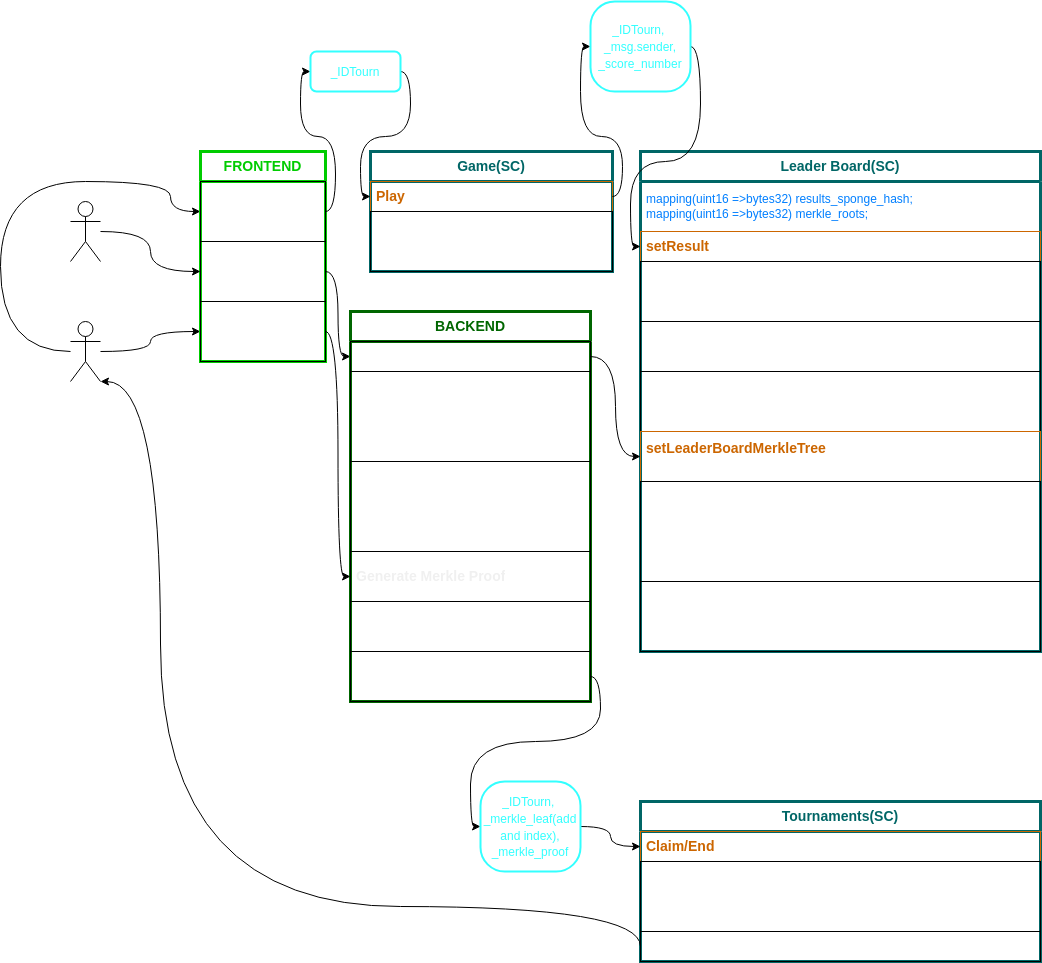
Above: GameFlowSchema.drawio.png in TFM-Torneos-Blockchain/scaffoldVersion (draw.io), before the change. Source tidied: cells renumbered, new cells last; positions are measured from the earlier drawing's top-left corner, leaving out a move shared by most shapes.
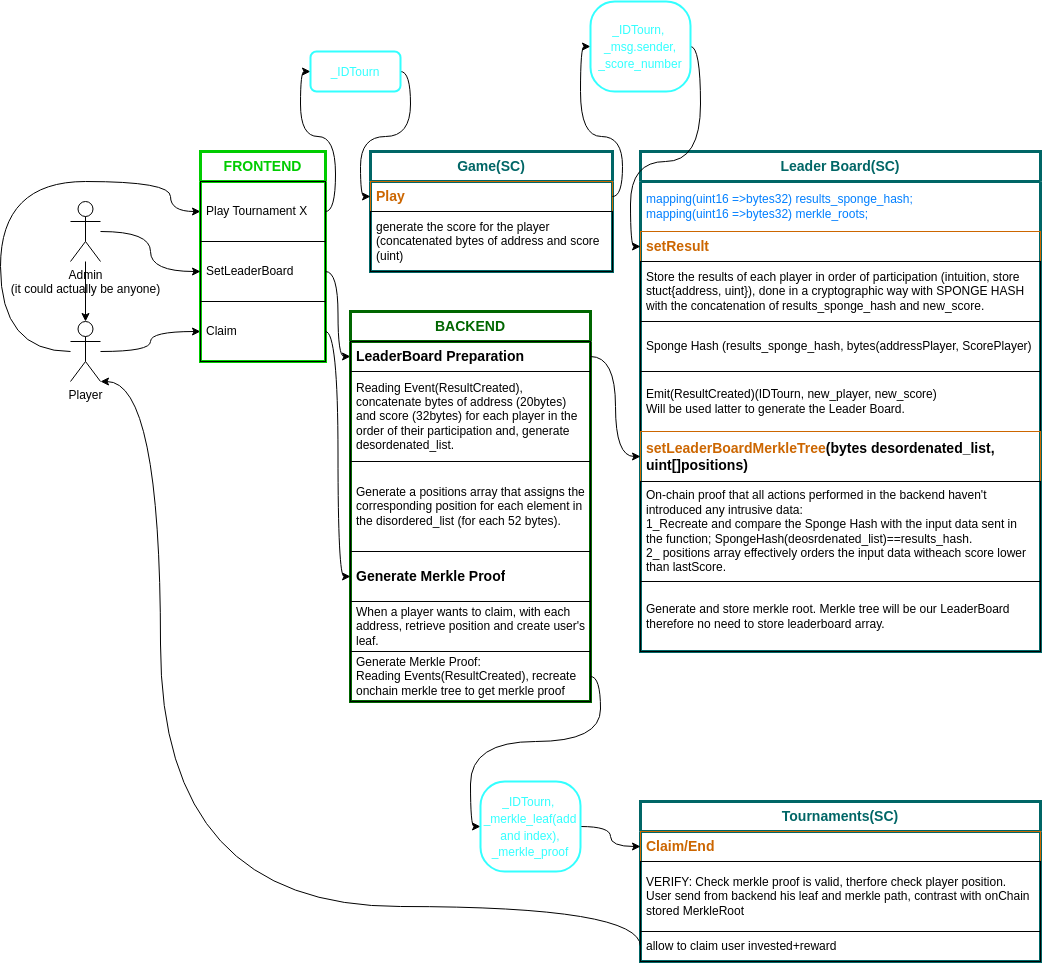
The same file after the commit.

Change to the diagram source:
```diff
@@ -17,3 +17,3 @@
     </mxCell>
-    <mxCell id="4" value="&lt;font color=&quot;#ffffff&quot;&gt;Player&lt;/font&gt;" style="shape=umlActor;verticalLabelPosition=bottom;verticalAlign=top;html=1;outlineConnect=0;" parent="1" vertex="1">
+    <mxCell id="4" value="&lt;font color=&quot;#000000&quot;&gt;Player&lt;/font&gt;" style="shape=umlActor;verticalLabelPosition=bottom;verticalAlign=top;html=1;outlineConnect=0;" parent="1" vertex="1">
       <mxGeometry x="70" y="320" width="30" height="60" as="geometry" />
@@ -23,9 +23,9 @@
     </mxCell>
-    <mxCell id="6" value="&lt;span style=&quot;text-align: center;&quot;&gt;&lt;font color=&quot;#ffffff&quot;&gt;Play Tournament X&lt;/font&gt;&lt;/span&gt;" style="text;strokeColor=default;fillColor=none;align=left;verticalAlign=middle;spacingLeft=4;spacingRight=4;overflow=hidden;points=[[0,0.5],[1,0.5]];portConstraint=eastwest;whiteSpace=wrap;html=1;" parent="5" vertex="1">
+    <mxCell id="6" value="&lt;span style=&quot;text-align: center;&quot;&gt;&lt;font&gt;Play Tournament X&lt;/font&gt;&lt;/span&gt;" style="text;strokeColor=default;fillColor=none;align=left;verticalAlign=middle;spacingLeft=4;spacingRight=4;overflow=hidden;points=[[0,0.5],[1,0.5]];portConstraint=eastwest;whiteSpace=wrap;html=1;fontColor=#000000;" parent="5" vertex="1">
       <mxGeometry y="30" width="125" height="60" as="geometry" />
     </mxCell>
-    <mxCell id="7" value="&lt;font color=&quot;#ffffff&quot;&gt;SetLeaderBoard&lt;/font&gt;" style="text;strokeColor=default;fillColor=none;align=left;verticalAlign=middle;spacingLeft=4;spacingRight=4;overflow=hidden;points=[[0,0.5],[1,0.5]];portConstraint=eastwest;whiteSpace=wrap;html=1;" parent="5" vertex="1">
+    <mxCell id="7" value="&lt;font&gt;SetLeaderBoard&lt;/font&gt;" style="text;strokeColor=default;fillColor=none;align=left;verticalAlign=middle;spacingLeft=4;spacingRight=4;overflow=hidden;points=[[0,0.5],[1,0.5]];portConstraint=eastwest;whiteSpace=wrap;html=1;fontColor=#000000;" parent="5" vertex="1">
       <mxGeometry y="90" width="125" height="60" as="geometry" />
     </mxCell>
-    <mxCell id="8" value="&lt;font color=&quot;#ffffff&quot;&gt;Claim&lt;/font&gt;" style="text;strokeColor=default;fillColor=none;align=left;verticalAlign=middle;spacingLeft=4;spacingRight=4;overflow=hidden;points=[[0,0.5],[1,0.5]];portConstraint=eastwest;whiteSpace=wrap;html=1;" parent="5" vertex="1">
+    <mxCell id="8" value="&lt;font&gt;Claim&lt;/font&gt;" style="text;strokeColor=default;fillColor=none;align=left;verticalAlign=middle;spacingLeft=4;spacingRight=4;overflow=hidden;points=[[0,0.5],[1,0.5]];portConstraint=eastwest;whiteSpace=wrap;html=1;fontColor=#000000;" parent="5" vertex="1">
       <mxGeometry y="150" width="125" height="60" as="geometry" />
@@ -38,3 +38,3 @@
     </mxCell>
-    <mxCell id="11" value="&lt;font color=&quot;#ffffff&quot;&gt;generate the score for the player (concatenated bytes of address and score (uint)&lt;/font&gt;" style="text;strokeColor=default;fillColor=none;align=left;verticalAlign=middle;spacingLeft=4;spacingRight=4;overflow=hidden;whiteSpace=wrap;html=1;" parent="9" vertex="1">
+    <mxCell id="11" value="&lt;font&gt;generate the score for the player (concatenated bytes of address and score (uint)&lt;/font&gt;" style="text;strokeColor=default;fillColor=none;align=left;verticalAlign=middle;spacingLeft=4;spacingRight=4;overflow=hidden;whiteSpace=wrap;html=1;fontColor=#000000;" parent="9" vertex="1">
       <mxGeometry y="60" width="242" height="60" as="geometry" />
@@ -56,18 +56,18 @@
     </mxCell>
-    <mxCell id="17" value="&lt;font color=&quot;#ffffff&quot;&gt;Store the results of each player in order of participation (intuition, store stuct{address, uint}), done in a cryptographic way with SPONGE HASH with the concatenation of results_sponge_hash and new_score.&lt;/font&gt;" style="text;strokeColor=default;fillColor=none;align=left;verticalAlign=middle;spacingLeft=4;spacingRight=4;overflow=hidden;whiteSpace=wrap;html=1;strokeWidth=1;" parent="14" vertex="1">
+    <mxCell id="17" value="&lt;font&gt;Store the results of each player in order of participation (intuition, store stuct{address, uint}), done in a cryptographic way with SPONGE HASH with the concatenation of results_sponge_hash and new_score.&lt;/font&gt;" style="text;strokeColor=default;fillColor=none;align=left;verticalAlign=middle;spacingLeft=4;spacingRight=4;overflow=hidden;whiteSpace=wrap;html=1;strokeWidth=1;fontColor=#000000;" parent="14" vertex="1">
       <mxGeometry y="110" width="400" height="60" as="geometry" />
     </mxCell>
-    <mxCell id="18" value="&lt;font color=&quot;#ffffff&quot;&gt;Sponge Hash (results_sponge_hash, bytes(addressPlayer, ScorePlayer)&lt;/font&gt;" style="text;strokeColor=default;fillColor=none;align=left;verticalAlign=middle;spacingLeft=4;spacingRight=4;overflow=hidden;whiteSpace=wrap;html=1;" parent="14" vertex="1">
+    <mxCell id="18" value="&lt;font&gt;Sponge Hash (results_sponge_hash, bytes(addressPlayer, ScorePlayer)&lt;/font&gt;" style="text;strokeColor=default;fillColor=none;align=left;verticalAlign=middle;spacingLeft=4;spacingRight=4;overflow=hidden;whiteSpace=wrap;html=1;fontColor=#000000;" parent="14" vertex="1">
       <mxGeometry y="170" width="400" height="50" as="geometry" />
     </mxCell>
-    <mxCell id="19" value="&lt;font color=&quot;#ffffff&quot;&gt;Emit(ResultCreated)(IDTourn, new_player, new_score)&lt;br&gt;Will be used latter to generate the Leader Board.&lt;br&gt;&lt;/font&gt;" style="text;strokeColor=default;fillColor=none;align=left;verticalAlign=middle;spacingLeft=4;spacingRight=4;overflow=hidden;whiteSpace=wrap;html=1;" parent="14" vertex="1">
+    <mxCell id="19" value="&lt;font&gt;Emit(ResultCreated)(IDTourn, new_player, new_score)&lt;br&gt;Will be used latter to generate the Leader Board.&lt;br&gt;&lt;/font&gt;" style="text;strokeColor=default;fillColor=none;align=left;verticalAlign=middle;spacingLeft=4;spacingRight=4;overflow=hidden;whiteSpace=wrap;html=1;fontColor=#000000;" parent="14" vertex="1">
       <mxGeometry y="220" width="400" height="60" as="geometry" />
     </mxCell>
-    <mxCell id="20" value="&lt;b&gt;&lt;font style=&quot;font-size: 14px;&quot;&gt;&lt;font color=&quot;#cc6600&quot;&gt;setLeaderBoardMerkleTree&lt;/font&gt;&lt;font color=&quot;#ffffff&quot;&gt;(bytes desordenated_list, uint[]positions)&lt;/font&gt;&lt;/font&gt;&lt;/b&gt;" style="text;strokeColor=#CC6600;fillColor=none;align=left;verticalAlign=middle;spacingLeft=4;spacingRight=4;overflow=hidden;points=[[0,0.5],[1,0.5]];portConstraint=eastwest;whiteSpace=wrap;html=1;strokeWidth=1;" parent="14" vertex="1">
+    <mxCell id="20" value="&lt;b&gt;&lt;font style=&quot;font-size: 14px;&quot;&gt;&lt;font color=&quot;#cc6600&quot;&gt;setLeaderBoardMerkleTree&lt;/font&gt;&lt;font color=&quot;#000000&quot;&gt;(bytes desordenated_list, uint[]positions)&lt;/font&gt;&lt;/font&gt;&lt;/b&gt;" style="text;strokeColor=#CC6600;fillColor=none;align=left;verticalAlign=middle;spacingLeft=4;spacingRight=4;overflow=hidden;points=[[0,0.5],[1,0.5]];portConstraint=eastwest;whiteSpace=wrap;html=1;strokeWidth=1;" parent="14" vertex="1">
       <mxGeometry y="280" width="400" height="50" as="geometry" />
     </mxCell>
-    <mxCell id="21" value="&lt;font color=&quot;#ffffff&quot;&gt;On-chain proof that all actions performed in the backend haven't introduced any intrusive data:&lt;br&gt;1_Recreate and compare the Sponge Hash with the input data sent in the function; SpongeHash(deosrdenated_list)==results_hash.&lt;br&gt;2_ positions array effectively orders the input data witheach score lower than lastScore.&lt;br&gt;&lt;/font&gt;" style="text;strokeColor=default;fillColor=none;align=left;verticalAlign=middle;spacingLeft=4;spacingRight=4;overflow=hidden;whiteSpace=wrap;html=1;strokeWidth=1;" parent="14" vertex="1">
+    <mxCell id="21" value="&lt;font&gt;On-chain proof that all actions performed in the backend haven't introduced any intrusive data:&lt;br&gt;1_Recreate and compare the Sponge Hash with the input data sent in the function; SpongeHash(deosrdenated_list)==results_hash.&lt;br&gt;2_ positions array effectively orders the input data witheach score lower than lastScore.&lt;br&gt;&lt;/font&gt;" style="text;strokeColor=default;fillColor=none;align=left;verticalAlign=middle;spacingLeft=4;spacingRight=4;overflow=hidden;whiteSpace=wrap;html=1;strokeWidth=1;fontColor=#000000;" parent="14" vertex="1">
       <mxGeometry y="330" width="400" height="100" as="geometry" />
     </mxCell>
-    <mxCell id="22" value="&lt;span style=&quot;color: rgb(255, 255, 255);&quot;&gt;Generate and store merkle root. Merkle tree will be our LeaderBoard therefore no need to store leaderboard array.&lt;/span&gt;" style="text;strokeColor=default;fillColor=none;align=left;verticalAlign=middle;spacingLeft=4;spacingRight=4;overflow=hidden;whiteSpace=wrap;html=1;strokeWidth=1;" parent="14" vertex="1">
+    <mxCell id="22" value="&lt;span style=&quot;&quot;&gt;Generate and store merkle root. Merkle tree will be our LeaderBoard therefore no need to store leaderboard array.&lt;/span&gt;" style="text;strokeColor=default;fillColor=none;align=left;verticalAlign=middle;spacingLeft=4;spacingRight=4;overflow=hidden;whiteSpace=wrap;html=1;strokeWidth=1;fontColor=#000000;" parent="14" vertex="1">
       <mxGeometry y="430" width="400" height="70" as="geometry" />
@@ -89,3 +89,6 @@
     </mxCell>
+    <mxCell id="47" style="edgeStyle=none;html=1;fontColor=#000000;" parent="1" edge="1" source="28" target="4">
+      <mxGeometry relative="1" as="geometry" />
+    </mxCell>
-    <mxCell id="28" value="Admin&lt;br&gt;(it could actually be anyone)" style="shape=umlActor;verticalLabelPosition=bottom;verticalAlign=top;html=1;outlineConnect=0;strokeColor=default;strokeWidth=1;fontSize=12;fontColor=#FFFFFF;" parent="1" vertex="1">
+    <mxCell id="28" value="&lt;font color=&quot;#000000&quot;&gt;Admin&lt;br&gt;(it could actually be anyone)&lt;/font&gt;" style="shape=umlActor;verticalLabelPosition=bottom;verticalAlign=top;html=1;outlineConnect=0;strokeColor=default;strokeWidth=1;fontSize=12;fontColor=#FFFFFF;" parent="1" vertex="1">
       <mxGeometry x="70" y="200" width="30" height="60" as="geometry" />
@@ -98,18 +101,18 @@
     </mxCell>
-    <mxCell id="31" value="&lt;span style=&quot;text-align: center;&quot;&gt;&lt;b&gt;&lt;font color=&quot;#ffffff&quot; style=&quot;font-size: 14px;&quot;&gt;LeaderBoard Preparation&lt;/font&gt;&lt;/b&gt;&lt;/span&gt;" style="text;strokeColor=default;fillColor=none;align=left;verticalAlign=middle;spacingLeft=4;spacingRight=4;overflow=hidden;points=[[0,0.5],[1,0.5]];portConstraint=eastwest;whiteSpace=wrap;html=1;strokeWidth=1;" parent="30" vertex="1">
+    <mxCell id="31" value="&lt;span style=&quot;text-align: center;&quot;&gt;&lt;b&gt;&lt;font style=&quot;font-size: 14px;&quot;&gt;LeaderBoard Preparation&lt;/font&gt;&lt;/b&gt;&lt;/span&gt;" style="text;strokeColor=default;fillColor=none;align=left;verticalAlign=middle;spacingLeft=4;spacingRight=4;overflow=hidden;points=[[0,0.5],[1,0.5]];portConstraint=eastwest;whiteSpace=wrap;html=1;strokeWidth=1;fontColor=#000000;" parent="30" vertex="1">
       <mxGeometry y="30" width="240" height="30" as="geometry" />
     </mxCell>
-    <mxCell id="32" value="&lt;font color=&quot;#ffffff&quot;&gt;Reading Event(ResultCreated), concatenate bytes of address (20bytes) and score (32bytes) for each player in the order of their participation and, generate desordenated_list.&lt;/font&gt;" style="text;strokeColor=default;fillColor=none;align=left;verticalAlign=middle;spacingLeft=4;spacingRight=4;overflow=hidden;whiteSpace=wrap;html=1;" parent="30" vertex="1">
+    <mxCell id="32" value="&lt;font&gt;Reading Event(ResultCreated), concatenate bytes of address (20bytes) and score (32bytes) for each player in the order of their participation and, generate desordenated_list.&lt;/font&gt;" style="text;strokeColor=default;fillColor=none;align=left;verticalAlign=middle;spacingLeft=4;spacingRight=4;overflow=hidden;whiteSpace=wrap;html=1;fontColor=#000000;" parent="30" vertex="1">
       <mxGeometry y="60" width="240" height="90" as="geometry" />
     </mxCell>
-    <mxCell id="33" value="&lt;font color=&quot;#ffffff&quot;&gt;Generate a positions array that assigns the corresponding position for each element in the disordered_list (for each 52 bytes).&amp;nbsp;&lt;/font&gt;" style="text;strokeColor=default;fillColor=none;align=left;verticalAlign=middle;spacingLeft=4;spacingRight=4;overflow=hidden;whiteSpace=wrap;html=1;" parent="30" vertex="1">
+    <mxCell id="33" value="&lt;font&gt;Generate a positions array that assigns the corresponding position for each element in the disordered_list (for each 52 bytes).&amp;nbsp;&lt;/font&gt;" style="text;strokeColor=default;fillColor=none;align=left;verticalAlign=middle;spacingLeft=4;spacingRight=4;overflow=hidden;whiteSpace=wrap;html=1;fontColor=#000000;" parent="30" vertex="1">
       <mxGeometry y="150" width="240" height="90" as="geometry" />
     </mxCell>
-    <mxCell id="34" value="&lt;span style=&quot;color: rgb(240, 240, 240); font-family: Helvetica; font-style: normal; font-variant-ligatures: normal; font-variant-caps: normal; letter-spacing: normal; orphans: 2; text-align: center; text-indent: 0px; text-transform: none; widows: 2; word-spacing: 0px; -webkit-text-stroke-width: 0px; text-decoration-thickness: initial; text-decoration-style: initial; text-decoration-color: initial; float: none; display: inline !important;&quot;&gt;&lt;b style=&quot;&quot;&gt;&lt;font style=&quot;font-size: 14px;&quot;&gt;Generate Merkle Proof&lt;/font&gt;&lt;/b&gt;&lt;/span&gt;" style="text;strokeColor=default;fillColor=none;align=left;verticalAlign=middle;spacingLeft=4;spacingRight=4;overflow=hidden;points=[[0,0.5],[1,0.5]];portConstraint=eastwest;whiteSpace=wrap;html=1;strokeWidth=1;" parent="30" vertex="1">
+    <mxCell id="34" value="&lt;span style=&quot;font-family: Helvetica; font-style: normal; font-variant-ligatures: normal; font-variant-caps: normal; letter-spacing: normal; orphans: 2; text-align: center; text-indent: 0px; text-transform: none; widows: 2; word-spacing: 0px; -webkit-text-stroke-width: 0px; text-decoration-thickness: initial; text-decoration-style: initial; text-decoration-color: initial; float: none; display: inline !important;&quot;&gt;&lt;b style=&quot;&quot;&gt;&lt;font style=&quot;font-size: 14px;&quot;&gt;Generate Merkle Proof&lt;/font&gt;&lt;/b&gt;&lt;/span&gt;" style="text;strokeColor=default;fillColor=none;align=left;verticalAlign=middle;spacingLeft=4;spacingRight=4;overflow=hidden;points=[[0,0.5],[1,0.5]];portConstraint=eastwest;whiteSpace=wrap;html=1;strokeWidth=1;fontColor=#000000;" parent="30" vertex="1">
       <mxGeometry y="240" width="240" height="50" as="geometry" />
     </mxCell>
-    <mxCell id="35" value="&lt;font color=&quot;#ffffff&quot;&gt;When a player wants to claim, with each address, retrieve position and create user's leaf.&lt;/font&gt;" style="text;strokeColor=default;fillColor=none;align=left;verticalAlign=middle;spacingLeft=4;spacingRight=4;overflow=hidden;whiteSpace=wrap;html=1;strokeWidth=1;" parent="30" vertex="1">
+    <mxCell id="35" value="&lt;font&gt;When a player wants to claim, with each address, retrieve position and create user's leaf.&lt;/font&gt;" style="text;strokeColor=default;fillColor=none;align=left;verticalAlign=middle;spacingLeft=4;spacingRight=4;overflow=hidden;whiteSpace=wrap;html=1;strokeWidth=1;fontColor=#000000;" parent="30" vertex="1">
       <mxGeometry y="290" width="240" height="50" as="geometry" />
     </mxCell>
-    <mxCell id="36" value="&lt;font color=&quot;#ffffff&quot;&gt;Generate Merkle Proof: &lt;br&gt;Reading Events(ResultCreated), recreate onchain merkle tree to get merkle proof&lt;/font&gt;" style="text;strokeColor=default;fillColor=none;align=left;verticalAlign=middle;spacingLeft=4;spacingRight=4;overflow=hidden;points=[[0,0.5],[1,0.5]];portConstraint=eastwest;whiteSpace=wrap;html=1;strokeWidth=1;" parent="30" vertex="1">
+    <mxCell id="36" value="&lt;font&gt;Generate Merkle Proof: &lt;br&gt;Reading Events(ResultCreated), recreate onchain merkle tree to get merkle proof&lt;/font&gt;" style="text;strokeColor=default;fillColor=none;align=left;verticalAlign=middle;spacingLeft=4;spacingRight=4;overflow=hidden;points=[[0,0.5],[1,0.5]];portConstraint=eastwest;whiteSpace=wrap;html=1;strokeWidth=1;fontColor=#000000;" parent="30" vertex="1">
       <mxGeometry y="340" width="240" height="50" as="geometry" />
@@ -128,6 +131,6 @@
     </mxCell>
-    <mxCell id="41" value="&lt;font color=&quot;#ffffff&quot;&gt;VERIFY: Check merkle proof is valid, therfore check player position.&lt;br&gt;User send from backend his leaf and merkle path, contrast with onChain stored MerkleRoot&lt;br&gt;&lt;/font&gt;" style="text;strokeColor=default;fillColor=none;align=left;verticalAlign=middle;spacingLeft=4;spacingRight=4;overflow=hidden;whiteSpace=wrap;html=1;" parent="39" vertex="1">
+    <mxCell id="41" value="&lt;font&gt;VERIFY: Check merkle proof is valid, therfore check player position.&lt;br&gt;User send from backend his leaf and merkle path, contrast with onChain stored MerkleRoot&lt;br&gt;&lt;/font&gt;" style="text;strokeColor=default;fillColor=none;align=left;verticalAlign=middle;spacingLeft=4;spacingRight=4;overflow=hidden;whiteSpace=wrap;html=1;fontColor=#000000;" parent="39" vertex="1">
       <mxGeometry y="60" width="400" height="70" as="geometry" />
     </mxCell>
-    <mxCell id="42" value="&lt;font color=&quot;#ffffff&quot;&gt;allow to claim user invested+reward&lt;/font&gt;" style="text;strokeColor=default;fillColor=none;align=left;verticalAlign=middle;spacingLeft=4;spacingRight=4;overflow=hidden;points=[[0,0.5],[1,0.5]];portConstraint=eastwest;whiteSpace=wrap;html=1;" parent="39" vertex="1">
+    <mxCell id="42" value="&lt;font&gt;allow to claim user invested+reward&lt;/font&gt;" style="text;strokeColor=default;fillColor=none;align=left;verticalAlign=middle;spacingLeft=4;spacingRight=4;overflow=hidden;points=[[0,0.5],[1,0.5]];portConstraint=eastwest;whiteSpace=wrap;html=1;fontColor=#000000;" parent="39" vertex="1">
       <mxGeometry y="130" width="400" height="30" as="geometry" />
```
